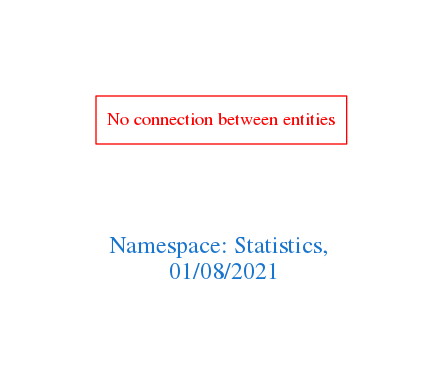
Above: downloads/Statistics.png in arago/OGIT (Graphviz), before the change. Its source is kept beside it as downloads/Statistics.dot.
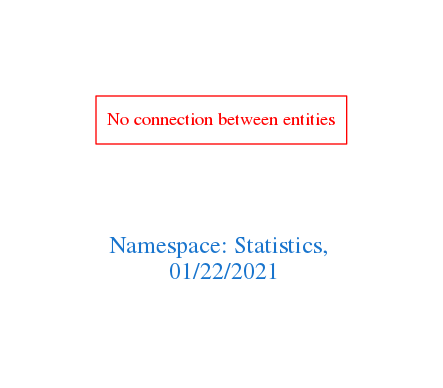
After the change.

Change to the diagram source:
```diff
@@ -1,7 +1,7 @@
 digraph OGIT_ontology {
  graph [ rankdir= LR,pad=1
 fontsize = 18,
-fontcolor= dodgerblue3,label = "\n\n\nNamespace: Statistics, \n 01/08/2021"];
+fontcolor= dodgerblue3,label = "\n\n\nNamespace: Statistics, \n 01/22/2021"];
 node[shape=polygon];
 edge [  color="gray81"];
 
```
